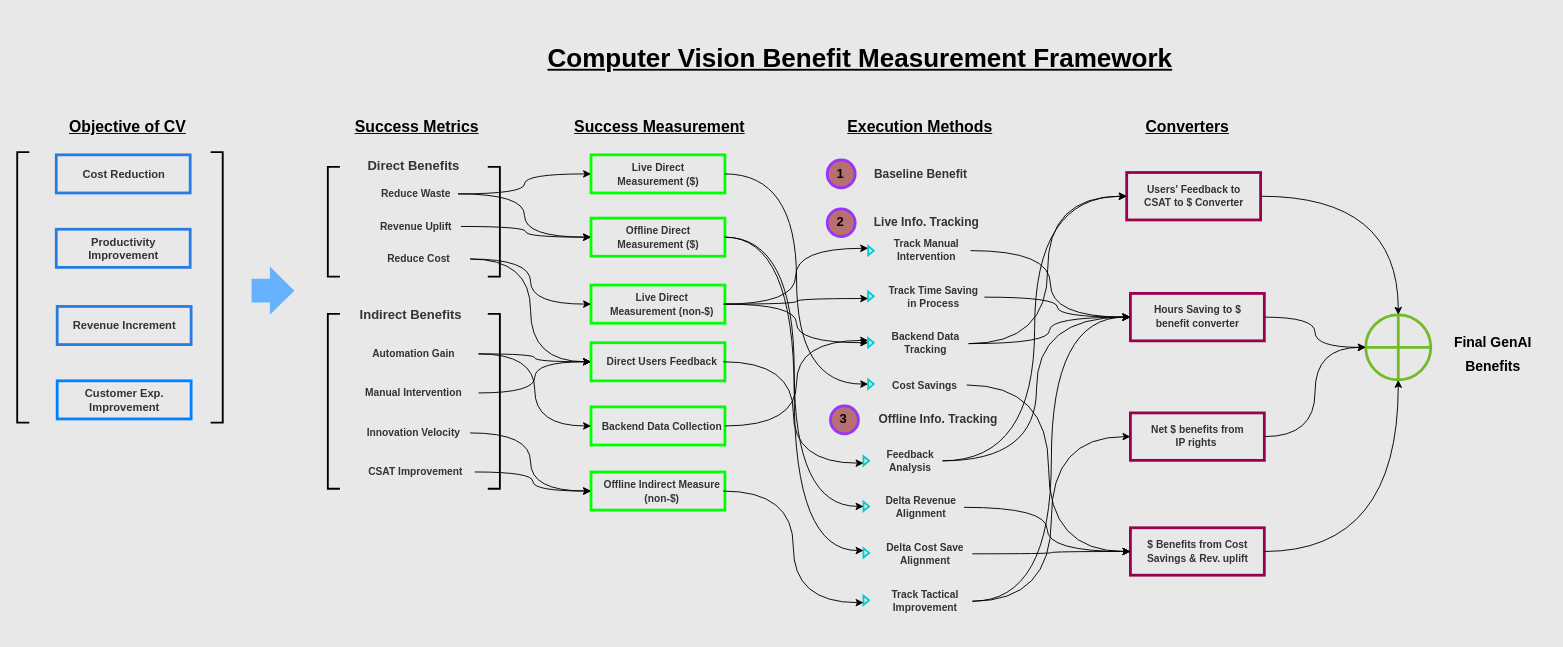
Before: CV Benefit Framework.drawio in tuhinkm/Documents, a draw.io diagram. Source tidied: cells renumbered, new cells numbered last; positions are measured from the earlier drawing's top-left corner, leaving out a move shared by most shapes. Both pictures are drawn from the tidied source at 93%, with x=0, y=0 at pixel (17, 42).
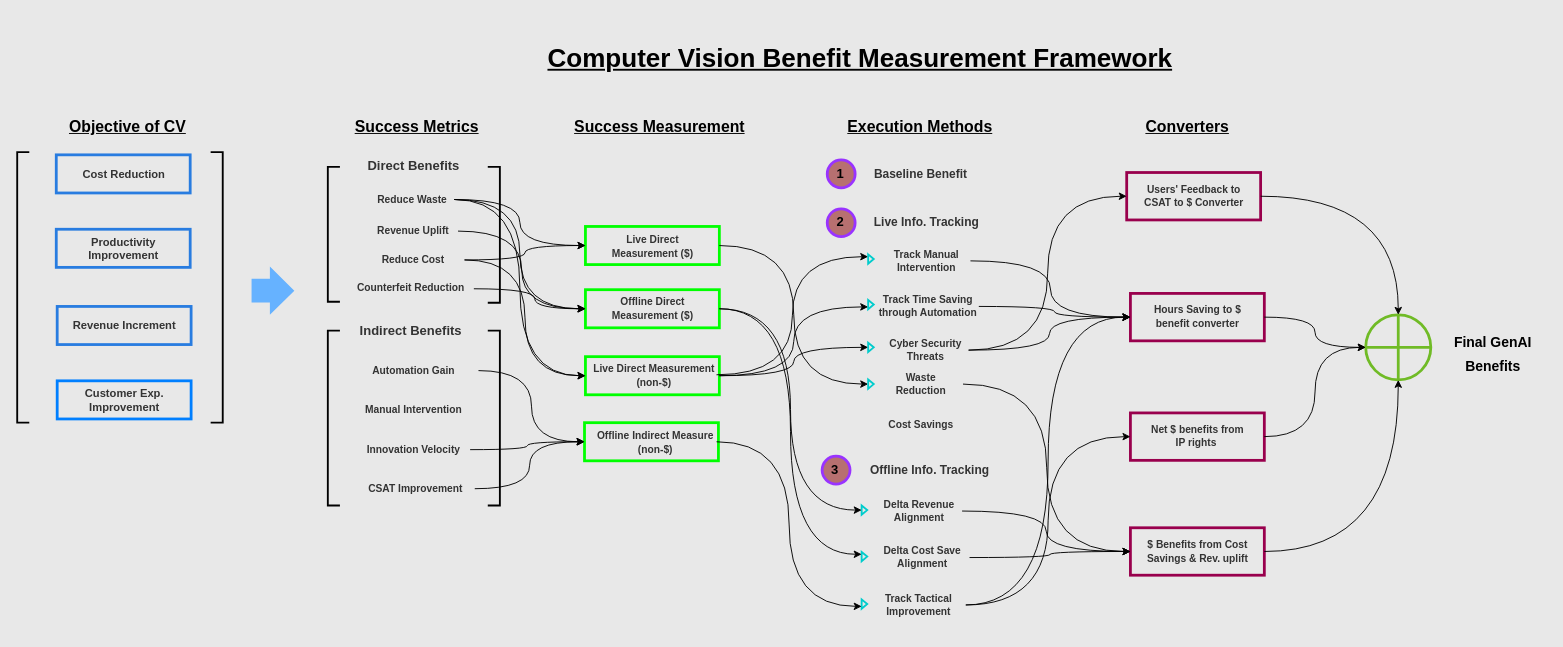
After the change.

Unchanged cells that the change refers to:
```xml
<mxCell id="96" style="rounded=0;whiteSpace=wrap;html=1;fillColor=none;strokeColor=light-dark(#99004d, #008F00);strokeWidth=3;" parent="1" vertex="1">
  <mxGeometry x="1193" y="140" width="144" height="51" as="geometry" />
</mxCell>
<mxCell id="99" style="rounded=0;whiteSpace=wrap;html=1;fillColor=none;strokeColor=light-dark(#99004D,#008F00);strokeWidth=3;" parent="1" vertex="1">
  <mxGeometry x="1197" y="270" width="144" height="51" as="geometry" />
</mxCell>
```

Diff of the diagram source:
```diff
@@
     <mxCell id="2" style="rounded=0;whiteSpace=wrap;html=1;fillColor=none;strokeColor=light-dark(#00FF00,#008F00);strokeWidth=3;" parent="1" vertex="1">
-      <mxGeometry x="617" y="121" width="144" height="41" as="geometry" />
+      <mxGeometry x="611" y="198" width="144" height="41" as="geometry" />
     </mxCell>
@@
     <mxCell id="20" style="strokeWidth=2;html=1;shape=mxgraph.flowchart.annotation_1;align=left;" parent="1" vertex="1">
-      <mxGeometry x="334" y="134" width="13" height="118" as="geometry" />
+      <mxGeometry x="334" y="134" width="13" height="145" as="geometry" />
     </mxCell>
     <mxCell id="21" style="strokeWidth=2;html=1;shape=mxgraph.flowchart.annotation_1;align=left;direction=west;" parent="1" vertex="1">
-      <mxGeometry x="506" y="134" width="13" height="118" as="geometry" />
+      <mxGeometry x="506" y="134" width="13" height="146" as="geometry" />
     </mxCell>
@@
     <mxCell id="23" value="&lt;h5&gt;&lt;font style=&quot;color: rgb(51, 51, 51); font-size: 11px;&quot;&gt;&lt;b style=&quot;&quot;&gt;Reduce Waste&lt;/b&gt;&lt;/font&gt;&lt;/h5&gt;" style="text;html=1;align=center;verticalAlign=middle;whiteSpace=wrap;rounded=0;fontSize=14;" parent="1" vertex="1">
-      <mxGeometry x="384" y="148" width="90" height="30" as="geometry" />
+      <mxGeometry x="380" y="154" width="90" height="30" as="geometry" />
     </mxCell>
     <mxCell id="24" value="&lt;h5&gt;&lt;font style=&quot;color: rgb(51, 51, 51); font-size: 11px;&quot;&gt;&lt;b style=&quot;&quot;&gt;Revenue Uplift&lt;/b&gt;&lt;/font&gt;&lt;/h5&gt;" style="text;html=1;align=center;verticalAlign=middle;whiteSpace=wrap;rounded=0;fontSize=14;fontFamily=Helvetica;fontColor=default;" parent="1" vertex="1">
-      <mxGeometry x="381" y="183" width="96" height="30" as="geometry" />
+      <mxGeometry x="378" y="188" width="96" height="30" as="geometry" />
     </mxCell>
     <mxCell id="25" value="&lt;h5&gt;&lt;font style=&quot;color: rgb(51, 51, 51); font-size: 11px;&quot;&gt;&lt;b style=&quot;&quot;&gt;Reduce Cost&lt;/b&gt;&lt;/font&gt;&lt;/h5&gt;" style="text;html=1;align=center;verticalAlign=middle;whiteSpace=wrap;rounded=0;fontSize=12;" parent="1" vertex="1">
-      <mxGeometry x="377" y="218" width="110" height="30" as="geometry" />
+      <mxGeometry x="371" y="224" width="110" height="20" as="geometry" />
     </mxCell>
     <mxCell id="26" value="&lt;h4&gt;&lt;font style=&quot;color: rgb(51, 51, 51);&quot;&gt;&lt;b&gt;Indirect Benefits&lt;/b&gt;&lt;/font&gt;&lt;/h4&gt;" style="text;html=1;align=center;verticalAlign=middle;whiteSpace=wrap;rounded=0;fontSize=14;" parent="1" vertex="1">
-      <mxGeometry x="354" y="278" width="139" height="30" as="geometry" />
+      <mxGeometry x="354" y="295" width="139" height="30" as="geometry" />
     </mxCell>
     <mxCell id="27" style="strokeWidth=2;html=1;shape=mxgraph.flowchart.annotation_1;align=left;" parent="1" vertex="1">
-      <mxGeometry x="334" y="292" width="13" height="188" as="geometry" />
+      <mxGeometry x="334" y="310" width="13" height="188" as="geometry" />
     </mxCell>
     <mxCell id="28" style="strokeWidth=2;html=1;shape=mxgraph.flowchart.annotation_1;align=left;direction=west;" parent="1" vertex="1">
-      <mxGeometry x="506" y="292" width="13" height="188" as="geometry" />
+      <mxGeometry x="506" y="310" width="13" height="188" as="geometry" />
     </mxCell>
     <mxCell id="29" value="&lt;h5&gt;&lt;font style=&quot;color: rgb(51, 51, 51); font-size: 11px;&quot;&gt;&lt;b style=&quot;&quot;&gt;Automation Gain&lt;/b&gt;&lt;/font&gt;&lt;/h5&gt;" style="text;html=1;align=center;verticalAlign=middle;whiteSpace=wrap;rounded=0;fontSize=12;" parent="1" vertex="1">
-      <mxGeometry x="357" y="320" width="139" height="30" as="geometry" />
+      <mxGeometry x="357" y="338" width="139" height="30" as="geometry" />
     </mxCell>
     <mxCell id="30" value="&lt;h5&gt;&lt;font style=&quot;color: rgb(51, 51, 51); font-size: 11px;&quot;&gt;&lt;b&gt;Manual Intervention&lt;/b&gt;&lt;/font&gt;&lt;/h5&gt;" style="text;html=1;align=center;verticalAlign=middle;whiteSpace=wrap;rounded=0;fontSize=12;" parent="1" vertex="1">
-      <mxGeometry x="357" y="362" width="139" height="30" as="geometry" />
+      <mxGeometry x="357" y="380" width="139" height="30" as="geometry" />
     </mxCell>
     <mxCell id="31" value="&lt;h5&gt;&lt;font style=&quot;color: rgb(51, 51, 51); font-size: 11px;&quot;&gt;&lt;b style=&quot;&quot;&gt;Innovation Velocity&lt;/b&gt;&lt;/font&gt;&lt;/h5&gt;" style="text;html=1;align=center;verticalAlign=middle;whiteSpace=wrap;rounded=0;fontSize=12;" parent="1" vertex="1">
-      <mxGeometry x="366" y="405" width="121" height="30" as="geometry" />
+      <mxGeometry x="366" y="423" width="121" height="30" as="geometry" />
     </mxCell>
     <mxCell id="32" value="&lt;h5&gt;&lt;font style=&quot;color: rgb(51, 51, 51); font-size: 11px;&quot;&gt;&lt;b style=&quot;&quot;&gt;CSAT Improvement&lt;/b&gt;&lt;/font&gt;&lt;/h5&gt;" style="text;html=1;align=center;verticalAlign=middle;whiteSpace=wrap;rounded=0;fontSize=12;" parent="1" vertex="1">
-      <mxGeometry x="365" y="447" width="127" height="30" as="geometry" />
+      <mxGeometry x="365" y="465" width="127" height="30" as="geometry" />
     </mxCell>
@@
     <mxCell id="34" style="group;" parent="1" vertex="1">
-      <mxGeometry x="617" y="121" width="144" height="41" as="geometry" />
+      <mxGeometry x="611" y="198" width="144" height="41" as="geometry" />
     </mxCell>
@@
     <mxCell id="36" style="rounded=0;whiteSpace=wrap;html=1;fillColor=none;strokeColor=light-dark(#00FF00,#008F00);strokeWidth=3;" parent="1" vertex="1">
-      <mxGeometry x="617" y="189" width="144" height="41" as="geometry" />
+      <mxGeometry x="611" y="266" width="144" height="41" as="geometry" />
     </mxCell>
     <mxCell id="37" style="group;" parent="1" vertex="1">
-      <mxGeometry x="617" y="189" width="144" height="41" as="geometry" />
+      <mxGeometry x="611" y="265" width="144" height="41" as="geometry" />
     </mxCell>
@@
     <mxCell id="39" style="rounded=0;whiteSpace=wrap;html=1;fillColor=none;strokeColor=light-dark(#00FF00,#008F00);strokeWidth=3;" parent="1" vertex="1">
-      <mxGeometry x="617" y="261" width="144" height="41" as="geometry" />
+      <mxGeometry x="611" y="338" width="144" height="41" as="geometry" />
     </mxCell>
     <mxCell id="40" style="group;" parent="1" vertex="1">
-      <mxGeometry x="617" y="261" width="144" height="41" as="geometry" />
+      <mxGeometry x="607" y="337" width="147" height="41" as="geometry" />
     </mxCell>
     <mxCell id="41" value="&lt;h4&gt;&lt;font style=&quot;color: rgb(51, 51, 51); font-size: 11px;&quot;&gt;&lt;b&gt;Live Direct Measurement (non-$)&lt;/b&gt;&lt;/font&gt;&lt;/h4&gt;" style="text;html=1;align=center;verticalAlign=middle;whiteSpace=wrap;rounded=0;" parent="40" vertex="1">
-      <mxGeometry x="11" y="5.5" width="131" height="30" as="geometry" />
+      <mxGeometry x="11.2" y="5.5" width="133.7" height="30" as="geometry" />
     </mxCell>
-    <mxCell id="42" style="rounded=0;whiteSpace=wrap;html=1;fillColor=none;strokeColor=light-dark(#00FF00,#008F00);strokeWidth=3;" parent="1" vertex="1">
-      <mxGeometry x="617" y="323" width="144" height="41" as="geometry" />
-    </mxCell>
-    <mxCell id="43" style="group;" parent="1" vertex="1">
-      <mxGeometry x="617" y="323" width="144" height="41" as="geometry" />
-    </mxCell>
-    <mxCell id="44" value="&lt;h4&gt;&lt;font style=&quot;color: rgb(51, 51, 51); font-size: 11px;&quot;&gt;&lt;b&gt;Direct Users Feedback&lt;/b&gt;&lt;/font&gt;&lt;/h4&gt;" style="text;html=1;align=center;verticalAlign=middle;whiteSpace=wrap;rounded=0;" parent="43" vertex="1">
-      <mxGeometry x="11" y="5.5" width="131" height="30" as="geometry" />
-    </mxCell>
-    <mxCell id="45" style="rounded=0;whiteSpace=wrap;html=1;fillColor=none;strokeColor=light-dark(#00FF00,#008F00);strokeWidth=3;" parent="1" vertex="1">
-      <mxGeometry x="617" y="392" width="144" height="41" as="geometry" />
-    </mxCell>
-    <mxCell id="46" style="group;" parent="1" vertex="1">
-      <mxGeometry x="617" y="392" width="144" height="41" as="geometry" />
-    </mxCell>
-    <mxCell id="47" value="&lt;h4&gt;&lt;font style=&quot;color: rgb(51, 51, 51); font-size: 11px;&quot;&gt;&lt;b&gt;Backend Data Collection&lt;/b&gt;&lt;/font&gt;&lt;/h4&gt;" style="text;html=1;align=center;verticalAlign=middle;whiteSpace=wrap;rounded=0;" parent="46" vertex="1">
-      <mxGeometry x="11" y="5.5" width="131" height="30" as="geometry" />
-    </mxCell>
@@
-    <mxCell id="51" style="edgeStyle=orthogonalEdgeStyle;curved=1;rounded=0;jettySize=auto;html=1;exitX=1;exitY=0.5;exitDx=0;exitDy=0;entryX=0;entryY=0.5;entryDx=0;entryDy=0;" parent="1" edge="1" source="25" target="42">
+    <mxCell id="51" style="edgeStyle=orthogonalEdgeStyle;curved=1;rounded=0;jettySize=auto;html=1;exitX=1;exitY=0.5;exitDx=0;exitDy=0;entryX=0;entryY=0.5;entryDx=0;entryDy=0;" parent="1" edge="1" source="25" target="2">
       <mxGeometry relative="1" as="geometry" />
     </mxCell>
-    <mxCell id="52" style="edgeStyle=orthogonalEdgeStyle;curved=1;rounded=0;jettySize=auto;html=1;exitX=1;exitY=0.5;exitDx=0;exitDy=0;entryX=0;entryY=0.5;entryDx=0;entryDy=0;" parent="1" edge="1" source="29" target="42">
-      <mxGeometry relative="1" as="geometry" />
-    </mxCell>
-    <mxCell id="53" style="edgeStyle=orthogonalEdgeStyle;curved=1;rounded=0;jettySize=auto;html=1;exitX=1;exitY=0.5;exitDx=0;exitDy=0;entryX=0;entryY=0.5;entryDx=0;entryDy=0;" parent="1" edge="1" source="30" target="42">
-      <mxGeometry relative="1" as="geometry" />
-    </mxCell>
-    <mxCell id="54" style="edgeStyle=orthogonalEdgeStyle;curved=1;rounded=0;jettySize=auto;html=1;exitX=1;exitY=0.5;exitDx=0;exitDy=0;entryX=0;entryY=0.5;entryDx=0;entryDy=0;" parent="1" edge="1" source="29" target="45">
+    <mxCell id="54" style="edgeStyle=orthogonalEdgeStyle;curved=1;rounded=0;jettySize=auto;html=1;exitX=1;exitY=0.5;exitDx=0;exitDy=0;entryX=0;entryY=0.5;entryDx=0;entryDy=0;" parent="1" edge="1" source="29" target="55">
       <mxGeometry relative="1" as="geometry" />
     </mxCell>
     <mxCell id="55" style="rounded=0;whiteSpace=wrap;html=1;fillColor=none;strokeColor=light-dark(#00FF00,#008F00);strokeWidth=3;" parent="1" vertex="1">
-      <mxGeometry x="617" y="462" width="144" height="41" as="geometry" />
+      <mxGeometry x="610" y="409" width="144" height="41" as="geometry" />
     </mxCell>
     <mxCell id="56" style="group;" parent="1" vertex="1">
-      <mxGeometry x="617" y="462" width="144" height="41" as="geometry" />
+      <mxGeometry x="610" y="409" width="144" height="41" as="geometry" />
     </mxCell>
@@
     <mxCell id="67" style="triangle;whiteSpace=wrap;html=1;strokeWidth=2;strokeColor=#00CCCC;fillColor=none;" parent="1" vertex="1">
-      <mxGeometry x="915" y="219" width="6" height="10" as="geometry" />
+      <mxGeometry x="915" y="228" width="6" height="10" as="geometry" />
     </mxCell>
     <mxCell id="68" value="&lt;h5&gt;&lt;font style=&quot;color: rgb(51, 51, 51); font-size: 11px;&quot;&gt;&lt;b style=&quot;&quot;&gt;Track Manual Intervention&lt;/b&gt;&lt;/font&gt;&lt;/h5&gt;" style="text;html=1;align=center;verticalAlign=middle;whiteSpace=wrap;rounded=0;fontSize=11;" parent="1" vertex="1">
-      <mxGeometry x="931" y="212" width="94" height="24" as="geometry" />
+      <mxGeometry x="931" y="223" width="94" height="24" as="geometry" />
     </mxCell>
     <mxCell id="69" style="triangle;whiteSpace=wrap;html=1;strokeWidth=2;strokeColor=#00CCCC;fillColor=none;" parent="1" vertex="1">
-      <mxGeometry x="915" y="268" width="6" height="10" as="geometry" />
+      <mxGeometry x="915" y="277" width="6" height="10" as="geometry" />
     </mxCell>
-    <mxCell id="70" value="&lt;h5&gt;&lt;font style=&quot;color: rgb(51, 51, 51); font-size: 11px;&quot;&gt;&lt;b style=&quot;&quot;&gt;Track Time Saving in Process&lt;/b&gt;&lt;/font&gt;&lt;/h5&gt;" style="text;html=1;align=center;verticalAlign=middle;whiteSpace=wrap;rounded=0;fontSize=11;" parent="1" vertex="1">
-      <mxGeometry x="931" y="262" width="109" height="24" as="geometry" />
+    <mxCell id="70" value="&lt;h5&gt;&lt;font style=&quot;color: rgb(51, 51, 51); font-size: 11px;&quot;&gt;&lt;b style=&quot;&quot;&gt;Track Time Saving through Automation&lt;/b&gt;&lt;/font&gt;&lt;/h5&gt;" style="text;html=1;align=center;verticalAlign=middle;whiteSpace=wrap;rounded=0;fontSize=11;" parent="1" vertex="1">
+      <mxGeometry x="925" y="272" width="109" height="24" as="geometry" />
     </mxCell>
     <mxCell id="71" style="triangle;whiteSpace=wrap;html=1;strokeWidth=2;strokeColor=#00CCCC;fillColor=none;" parent="1" vertex="1">
-      <mxGeometry x="915" y="318" width="6" height="10" as="geometry" />
+      <mxGeometry x="915" y="323" width="6" height="10" as="geometry" />
     </mxCell>
-    <mxCell id="72" value="&lt;h5&gt;&lt;font style=&quot;color: rgb(51, 51, 51); font-size: 11px;&quot;&gt;&lt;b style=&quot;&quot;&gt;Backend Data Tracking&lt;/b&gt;&lt;/font&gt;&lt;/h5&gt;" style="text;html=1;align=center;verticalAlign=middle;whiteSpace=wrap;rounded=0;fontSize=11;" parent="1" vertex="1">
-      <mxGeometry x="931" y="312" width="92" height="24" as="geometry" />
+    <mxCell id="72" value="&lt;h5&gt;&lt;font style=&quot;color: rgb(51, 51, 51); font-size: 11px;&quot;&gt;&lt;b style=&quot;&quot;&gt;Cyber Security Threats&lt;/b&gt;&lt;/font&gt;&lt;/h5&gt;" style="text;html=1;align=center;verticalAlign=middle;whiteSpace=wrap;rounded=0;fontSize=11;" parent="1" vertex="1">
+      <mxGeometry x="931" y="319" width="92" height="24" as="geometry" />
     </mxCell>
     <mxCell id="73" value="&lt;h3&gt;&lt;font style=&quot;color: rgb(51, 51, 51);&quot;&gt;&lt;b&gt;Offline Info. Tracking&lt;/b&gt;&lt;/font&gt;&lt;/h3&gt;" style="text;html=1;align=center;verticalAlign=middle;whiteSpace=wrap;rounded=0;fontSize=11;" parent="1" vertex="1">
-      <mxGeometry x="913.5" y="390" width="152.5" height="30" as="geometry" />
+      <mxGeometry x="904.5" y="445" width="152.5" height="30" as="geometry" />
     </mxCell>
     <mxCell id="74" style="strokeWidth=3;html=1;shape=mxgraph.flowchart.start_2;whiteSpace=wrap;strokeColor=light-dark(#9933FF,#EDEDED);fillColor=light-dark(#b77070, #ededed);" parent="1" vertex="1">
-      <mxGeometry x="874.5" y="391" width="30" height="30" as="geometry" />
+      <mxGeometry x="865.5" y="445" width="30" height="30" as="geometry" />
     </mxCell>
     <mxCell id="75" value="&lt;h2&gt;&lt;font style=&quot;font-size: 14px;&quot;&gt;3&lt;/font&gt;&lt;/h2&gt;" style="text;html=1;align=center;verticalAlign=middle;whiteSpace=wrap;rounded=0;" parent="1" vertex="1">
-      <mxGeometry x="878" y="393.5" width="21" height="21" as="geometry" />
+      <mxGeometry x="869" y="448.5" width="21" height="21" as="geometry" />
     </mxCell>
-    <mxCell id="76" style="triangle;whiteSpace=wrap;html=1;strokeWidth=2;strokeColor=#00CCCC;fillColor=none;" parent="1" vertex="1">
-      <mxGeometry x="910" y="445" width="6" height="10" as="geometry" />
-    </mxCell>
-    <mxCell id="77" value="&lt;h5&gt;&lt;font style=&quot;color: rgb(51, 51, 51); font-size: 11px;&quot;&gt;&lt;b style=&quot;&quot;&gt;Feedback Analysis&lt;/b&gt;&lt;/font&gt;&lt;/h5&gt;" style="text;html=1;align=center;verticalAlign=middle;whiteSpace=wrap;rounded=0;fontSize=11;" parent="1" vertex="1">
-      <mxGeometry x="926" y="438" width="69" height="24" as="geometry" />
-    </mxCell>
     <mxCell id="78" style="triangle;whiteSpace=wrap;html=1;strokeWidth=2;strokeColor=#00CCCC;fillColor=none;" parent="1" vertex="1">
-      <mxGeometry x="910" y="494" width="6" height="10" as="geometry" />
+      <mxGeometry x="908" y="498" width="6" height="10" as="geometry" />
     </mxCell>
     <mxCell id="79" value="&lt;h5&gt;&lt;font style=&quot;color: rgb(51, 51, 51); font-size: 11px;&quot;&gt;&lt;b style=&quot;&quot;&gt;Delta Revenue Alignment&lt;/b&gt;&lt;/font&gt;&lt;/h5&gt;" style="text;html=1;align=center;verticalAlign=middle;whiteSpace=wrap;rounded=0;fontSize=11;" parent="1" vertex="1">
-      <mxGeometry x="926" y="488" width="92" height="24" as="geometry" />
+      <mxGeometry x="924" y="492" width="92" height="24" as="geometry" />
     </mxCell>
     <mxCell id="80" style="triangle;whiteSpace=wrap;html=1;strokeWidth=2;strokeColor=#00CCCC;fillColor=none;" parent="1" vertex="1">
-      <mxGeometry x="910" y="544" width="6" height="10" as="geometry" />
+      <mxGeometry x="908" y="548" width="6" height="10" as="geometry" />
     </mxCell>
     <mxCell id="81" value="&lt;h5&gt;&lt;font style=&quot;color: rgb(51, 51, 51); font-size: 11px;&quot;&gt;&lt;b style=&quot;&quot;&gt;Delta Cost Save Alignment&lt;/b&gt;&lt;/font&gt;&lt;/h5&gt;" style="text;html=1;align=center;verticalAlign=middle;whiteSpace=wrap;rounded=0;fontSize=11;" parent="1" vertex="1">
-      <mxGeometry x="926" y="538" width="101" height="24" as="geometry" />
+      <mxGeometry x="923" y="542" width="101" height="24" as="geometry" />
     </mxCell>
@@
-    <mxCell id="85" value="&lt;h5&gt;&lt;font style=&quot;color: rgb(51, 51, 51); font-size: 11px;&quot;&gt;&lt;b style=&quot;&quot;&gt;Cost Savings&lt;/b&gt;&lt;/font&gt;&lt;/h5&gt;" style="text;html=1;align=center;verticalAlign=middle;whiteSpace=wrap;rounded=0;fontSize=11;" parent="1" vertex="1">
-      <mxGeometry x="931" y="356.5" width="90" height="24" as="geometry" />
+    <mxCell id="85" value="&lt;h5&gt;&lt;font style=&quot;color: rgb(51, 51, 51); font-size: 11px;&quot;&gt;&lt;b style=&quot;&quot;&gt;Waste Reduction&lt;/b&gt;&lt;/font&gt;&lt;/h5&gt;" style="text;html=1;align=center;verticalAlign=middle;whiteSpace=wrap;rounded=0;fontSize=11;" parent="1" vertex="1">
+      <mxGeometry x="927" y="355.5" width="90" height="24" as="geometry" />
     </mxCell>
@@
-    <mxCell id="89" style="edgeStyle=orthogonalEdgeStyle;curved=1;rounded=0;jettySize=auto;html=1;exitX=1;exitY=0.5;exitDx=0;exitDy=0;entryX=0;entryY=0.25;entryDx=0;entryDy=0;" parent="1" edge="1" source="45" target="71">
-      <mxGeometry relative="1" as="geometry" />
-    </mxCell>
@@
-    <mxCell id="92" style="edgeStyle=orthogonalEdgeStyle;curved=1;rounded=0;jettySize=auto;html=1;exitX=1;exitY=0.5;exitDx=0;exitDy=0;entryX=0;entryY=0.75;entryDx=0;entryDy=0;" parent="1" edge="1" source="44" target="76">
-      <mxGeometry relative="1" as="geometry" />
-    </mxCell>
     <mxCell id="93" style="triangle;whiteSpace=wrap;html=1;strokeWidth=2;strokeColor=#00CCCC;fillColor=none;" parent="1" vertex="1">
-      <mxGeometry x="910" y="595" width="6" height="10" as="geometry" />
+      <mxGeometry x="908" y="599" width="6" height="10" as="geometry" />
     </mxCell>
     <mxCell id="94" value="&lt;h5&gt;&lt;font style=&quot;color: rgb(51, 51, 51); font-size: 11px;&quot;&gt;&lt;b style=&quot;&quot;&gt;Track Tactical Improvement&lt;/b&gt;&lt;/font&gt;&lt;/h5&gt;" style="text;html=1;align=center;verticalAlign=middle;whiteSpace=wrap;rounded=0;fontSize=11;" parent="1" vertex="1">
-      <mxGeometry x="926" y="589" width="101" height="24" as="geometry" />
+      <mxGeometry x="919" y="593" width="101" height="24" as="geometry" />
     </mxCell>
@@
-    <mxCell id="119" style="edgeStyle=orthogonalEdgeStyle;curved=1;rounded=0;jettySize=auto;html=1;entryX=0;entryY=0.5;entryDx=0;entryDy=0;exitX=1;exitY=0.5;exitDx=0;exitDy=0;" parent="1" edge="1" source="77" target="96">
-      <mxGeometry relative="1" as="geometry" />
-    </mxCell>
-    <mxCell id="120" style="edgeStyle=orthogonalEdgeStyle;curved=1;rounded=0;jettySize=auto;html=1;exitX=1;exitY=0.5;exitDx=0;exitDy=0;entryX=0;entryY=0.5;entryDx=0;entryDy=0;" parent="1" edge="1" source="77" target="99">
-      <mxGeometry relative="1" as="geometry" />
-    </mxCell>
@@
+    <mxCell id="127" style="edgeStyle=orthogonalEdgeStyle;curved=1;rounded=0;jettySize=auto;html=1;exitX=1;exitY=0.5;exitDx=0;exitDy=0;entryX=0;entryY=0.5;entryDx=0;entryDy=0;" parent="1" edge="1" source="23" target="39">
+      <mxGeometry relative="1" as="geometry" />
+    </mxCell>
+    <mxCell id="128" value="&lt;h5&gt;&lt;font style=&quot;color: rgb(51, 51, 51); font-size: 11px;&quot;&gt;&lt;b style=&quot;&quot;&gt;Counterfeit Reduction&lt;/b&gt;&lt;/font&gt;&lt;/h5&gt;" style="text;html=1;align=center;verticalAlign=middle;whiteSpace=wrap;rounded=0;fontSize=12;" parent="1" vertex="1">
+      <mxGeometry x="345" y="255" width="157" height="18" as="geometry" />
+    </mxCell>
+    <mxCell id="129" style="edgeStyle=orthogonalEdgeStyle;curved=1;rounded=0;jettySize=auto;html=1;exitX=0.93;exitY=0.556;exitDx=0;exitDy=0;entryX=0;entryY=0.5;entryDx=0;entryDy=0;exitPerimeter=0;" parent="1" edge="1" source="128" target="36">
+      <mxGeometry relative="1" as="geometry" />
+    </mxCell>
+    <mxCell id="130" value="&lt;h5&gt;&lt;font style=&quot;color: rgb(51, 51, 51); font-size: 11px;&quot;&gt;&lt;b style=&quot;&quot;&gt;Cost Savings&lt;/b&gt;&lt;/font&gt;&lt;/h5&gt;" style="text;html=1;align=center;verticalAlign=middle;whiteSpace=wrap;rounded=0;fontSize=11;" parent="1" vertex="1">
+      <mxGeometry x="927" y="398.5" width="90" height="24" as="geometry" />
+    </mxCell>
```
